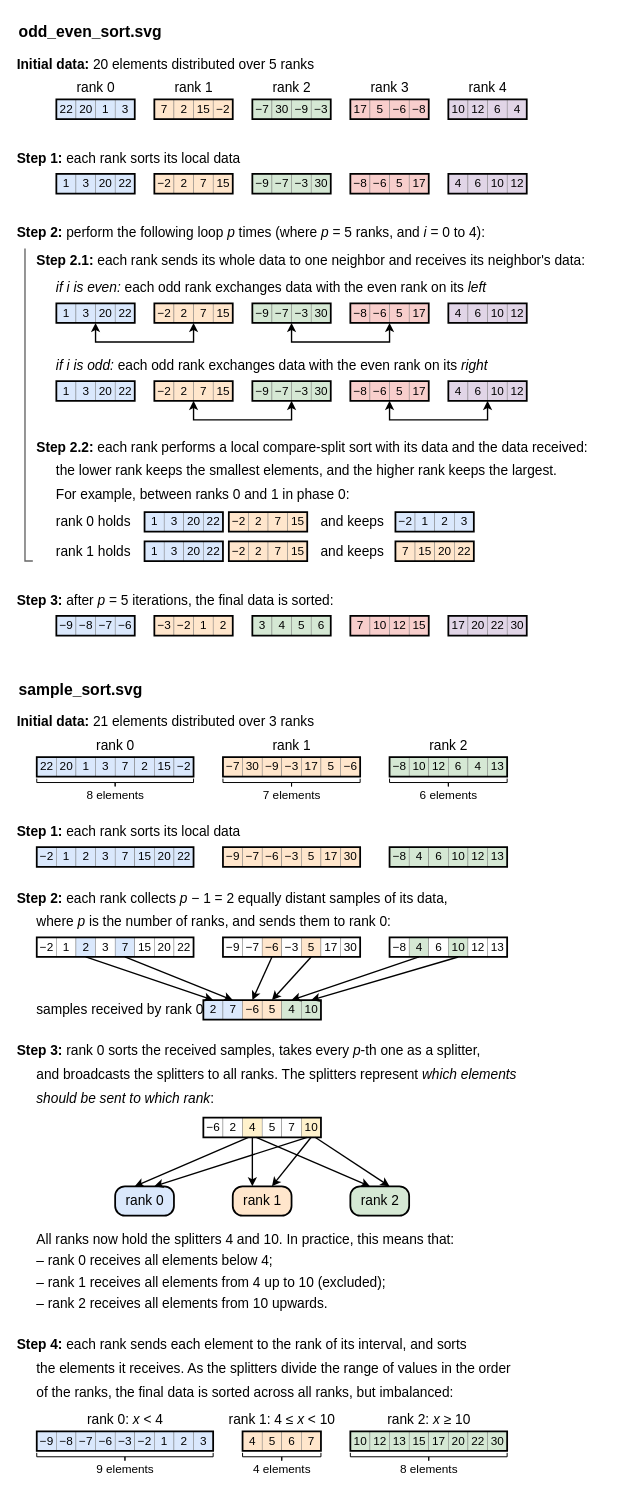
The draw.io diagram assets/distributed-sort/distributed-sort.drawio in brunomaga/brunomaga.github.io, before the edit. Source tidied: cells renumbered, new cells numbered last; positions are measured from the earlier drawing's top-left corner, leaving out a move shared by most shapes. Both pictures are drawn from the tidied source at 98%, with x=0, y=0 at pixel (17, 17).
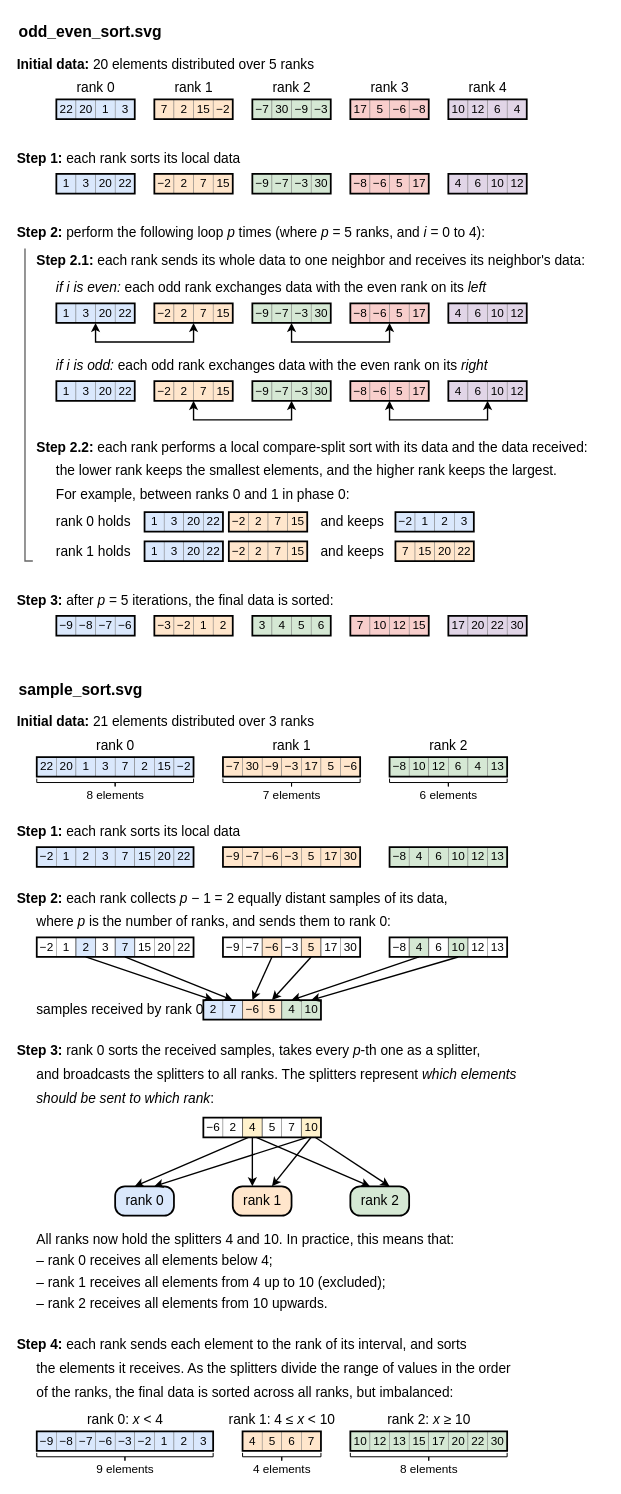
The same page after the edit.

The change refers to these unchanged cells:
```xml
<mxCell id="184" style="group;fontFamily=Source Sans 3;" parent="1" vertex="1">
  <mxGeometry y="711" width="500" height="766.4" as="geometry" />
</mxCell>
```

What changed in the source:
```diff
@@
+    <mxCell id="343" style="endArrow=none;startArrow=none;html=1;rounded=0;strokeColor=#000000;strokeWidth=0.4;" parent="184" edge="1">
+      <mxGeometry relative="1" as="geometry">
+        <mxPoint x="60" y="228" as="sourcePoint" />
+        <mxPoint x="60" y="248" as="targetPoint" />
+      </mxGeometry>
+    </mxCell>
@@
+    <mxCell id="344" style="endArrow=none;startArrow=none;html=1;rounded=0;strokeColor=#000000;strokeWidth=0.4;" parent="184" edge="1">
+      <mxGeometry relative="1" as="geometry">
+        <mxPoint x="80" y="228" as="sourcePoint" />
+        <mxPoint x="80" y="248" as="targetPoint" />
+      </mxGeometry>
+    </mxCell>
@@
+    <mxCell id="345" style="endArrow=none;startArrow=none;html=1;rounded=0;strokeColor=#000000;strokeWidth=0.4;" parent="184" edge="1">
+      <mxGeometry relative="1" as="geometry">
+        <mxPoint x="100" y="228" as="sourcePoint" />
+        <mxPoint x="100" y="248" as="targetPoint" />
+      </mxGeometry>
+    </mxCell>
@@
+    <mxCell id="346" style="endArrow=none;startArrow=none;html=1;rounded=0;strokeColor=#000000;strokeWidth=0.4;" parent="184" edge="1">
+      <mxGeometry relative="1" as="geometry">
+        <mxPoint x="120" y="228" as="sourcePoint" />
+        <mxPoint x="120" y="248" as="targetPoint" />
+      </mxGeometry>
+    </mxCell>
@@
+    <mxCell id="347" style="endArrow=none;startArrow=none;html=1;rounded=0;strokeColor=#000000;strokeWidth=0.4;" parent="184" edge="1">
+      <mxGeometry relative="1" as="geometry">
+        <mxPoint x="250" y="228" as="sourcePoint" />
+        <mxPoint x="250" y="248" as="targetPoint" />
+      </mxGeometry>
+    </mxCell>
@@
+    <mxCell id="348" style="endArrow=none;startArrow=none;html=1;rounded=0;strokeColor=#000000;strokeWidth=0.4;" parent="184" edge="1">
+      <mxGeometry relative="1" as="geometry">
+        <mxPoint x="270" y="228" as="sourcePoint" />
+        <mxPoint x="270" y="248" as="targetPoint" />
+      </mxGeometry>
+    </mxCell>
@@
+    <mxCell id="349" style="endArrow=none;startArrow=none;html=1;rounded=0;strokeColor=#000000;strokeWidth=0.4;" parent="184" edge="1">
+      <mxGeometry relative="1" as="geometry">
+        <mxPoint x="290" y="228" as="sourcePoint" />
+        <mxPoint x="290" y="248" as="targetPoint" />
+      </mxGeometry>
+    </mxCell>
@@
+    <mxCell id="350" style="endArrow=none;startArrow=none;html=1;rounded=0;strokeColor=#000000;strokeWidth=0.4;" parent="184" edge="1">
+      <mxGeometry relative="1" as="geometry">
+        <mxPoint x="310" y="228" as="sourcePoint" />
+        <mxPoint x="310" y="248" as="targetPoint" />
+      </mxGeometry>
+    </mxCell>
@@
+    <mxCell id="351" style="endArrow=none;startArrow=none;html=1;rounded=0;strokeColor=#000000;strokeWidth=0.4;" parent="184" edge="1">
+      <mxGeometry relative="1" as="geometry">
+        <mxPoint x="400" y="228" as="sourcePoint" />
+        <mxPoint x="400" y="248" as="targetPoint" />
+      </mxGeometry>
+    </mxCell>
@@
+    <mxCell id="352" style="endArrow=none;startArrow=none;html=1;rounded=0;strokeColor=#000000;strokeWidth=0.4;" parent="184" edge="1">
+      <mxGeometry relative="1" as="geometry">
+        <mxPoint x="420" y="228" as="sourcePoint" />
+        <mxPoint x="420" y="248" as="targetPoint" />
+      </mxGeometry>
+    </mxCell>
@@
+    <mxCell id="353" style="endArrow=none;startArrow=none;html=1;rounded=0;strokeColor=#000000;strokeWidth=0.4;" parent="184" edge="1">
+      <mxGeometry relative="1" as="geometry">
+        <mxPoint x="440" y="228" as="sourcePoint" />
+        <mxPoint x="440" y="248" as="targetPoint" />
+      </mxGeometry>
+    </mxCell>
@@
+    <mxCell id="354" style="endArrow=none;startArrow=none;html=1;rounded=0;strokeColor=#000000;strokeWidth=0.4;" parent="184" edge="1">
+      <mxGeometry relative="1" as="geometry">
+        <mxPoint x="460" y="228" as="sourcePoint" />
+        <mxPoint x="460" y="248" as="targetPoint" />
+      </mxGeometry>
+    </mxCell>
@@
+    <mxCell id="355" style="endArrow=none;startArrow=none;html=1;rounded=0;strokeColor=#000000;strokeWidth=0.4;" parent="184" edge="1">
+      <mxGeometry relative="1" as="geometry">
+        <mxPoint x="230" y="292" as="sourcePoint" />
+        <mxPoint x="230" y="312" as="targetPoint" />
+      </mxGeometry>
+    </mxCell>
@@
+    <mxCell id="356" style="endArrow=none;startArrow=none;html=1;rounded=0;strokeColor=#000000;strokeWidth=0.4;" parent="184" edge="1">
+      <mxGeometry relative="1" as="geometry">
+        <mxPoint x="270" y="292" as="sourcePoint" />
+        <mxPoint x="270" y="312" as="targetPoint" />
+      </mxGeometry>
+    </mxCell>
@@
+    <mxCell id="357" style="endArrow=none;startArrow=none;html=1;rounded=0;strokeColor=#000000;strokeWidth=0.4;" parent="184" edge="1">
+      <mxGeometry relative="1" as="geometry">
+        <mxPoint x="230" y="412" as="sourcePoint" />
+        <mxPoint x="230" y="432" as="targetPoint" />
+      </mxGeometry>
+    </mxCell>
@@
+    <mxCell id="358" style="endArrow=none;startArrow=none;html=1;rounded=0;strokeColor=#000000;strokeWidth=0.4;" parent="184" edge="1">
+      <mxGeometry relative="1" as="geometry">
+        <mxPoint x="250" y="412" as="sourcePoint" />
+        <mxPoint x="250" y="432" as="targetPoint" />
+      </mxGeometry>
+    </mxCell>
@@
+    <mxCell id="359" style="endArrow=none;startArrow=none;html=1;rounded=0;strokeColor=#000000;strokeWidth=0.4;" parent="184" edge="1">
+      <mxGeometry relative="1" as="geometry">
+        <mxPoint x="290" y="412" as="sourcePoint" />
+        <mxPoint x="290" y="432" as="targetPoint" />
+      </mxGeometry>
+    </mxCell>
```
